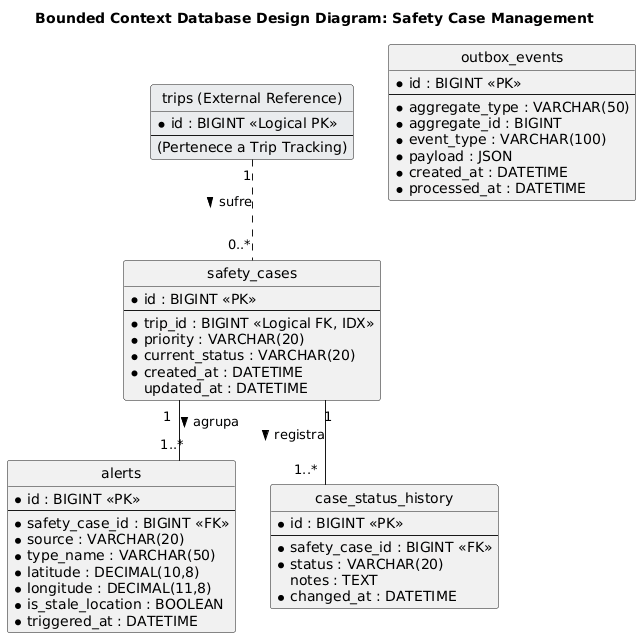
Before: docs/database/safety-db.png, a diagram exported from PlantUML (upc-pre-202620-1acc0238-4939-dreamteam/dreamteam-report). The source it was exported from:
```plantuml
@startuml
hide circle
skinparam linetype ortho
skinparam EntityBackgroundColor #F4F6F7
skinparam EntityBorderColor #2C3E50
skinparam EntityHeaderBackgroundColor #D5D8DC

title Bounded Context Database Design Diagram: Safety Case Management

entity "trips (External Reference)" as external_trips #EAECEE {
  * id : BIGINT <<Logical PK>>
  --
  (Pertenece a Trip Tracking)
}

entity "safety_cases" as cases {
  * id : BIGINT <<PK>>
  --
  * trip_id : BIGINT <<Logical FK, IDX>>
  * priority : VARCHAR(20)
  * current_status : VARCHAR(20)
  * created_at : DATETIME
    updated_at : DATETIME
}

entity "alerts" as alerts {
  * id : BIGINT <<PK>>
  --
  * safety_case_id : BIGINT <<FK>>
  * source : VARCHAR(20)
  * type_name : VARCHAR(50)
  * latitude : DECIMAL(10,8)
  * longitude : DECIMAL(11,8)
  * is_stale_location : BOOLEAN
  * triggered_at : DATETIME
}

entity "case_status_history" as history {
  * id : BIGINT <<PK>>
  --
  * safety_case_id : BIGINT <<FK>>
  * status : VARCHAR(20)
    notes : TEXT
  * changed_at : DATETIME
}

entity "outbox_events" as outbox {
  * id : BIGINT <<PK>>
  --
  * aggregate_type : VARCHAR(50)
  * aggregate_id : BIGINT
  * event_type : VARCHAR(100)
  * payload : JSON
  * created_at : DATETIME
  * processed_at : DATETIME
}

external_trips "1" .. "0..*" cases : "sufre >"

cases "1" -- "1..*" alerts : "agrupa >"
cases "1" -- "1..*" history : "registra >"
@enduml
```
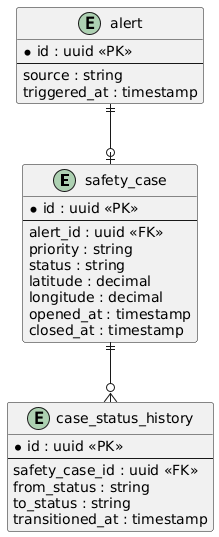
After the commit.

Diff of the diagram source:
```diff
@@ -1,62 +1,34 @@
 @startuml
-hide circle
 skinparam linetype ortho
-skinparam EntityBackgroundColor #F4F6F7
-skinparam EntityBorderColor #2C3E50
-skinparam EntityHeaderBackgroundColor #D5D8DC
 
-title Bounded Context Database Design Diagram: Safety Case Management
-
-entity "trips (External Reference)" as external_trips #EAECEE {
-  * id : BIGINT <<Logical PK>>
+entity "safety_case" as safety_case {
+  * id : uuid <<PK>>
   --
-  (Pertenece a Trip Tracking)
+  alert_id : uuid <<FK>>
+  priority : string
+  status : string
+  latitude : decimal
+  longitude : decimal
+  opened_at : timestamp
+  closed_at : timestamp
 }
 
-entity "safety_cases" as cases {
-  * id : BIGINT <<PK>>
+entity "case_status_history" as case_status_history {
+  * id : uuid <<PK>>
   --
-  * trip_id : BIGINT <<Logical FK, IDX>>
-  * priority : VARCHAR(20)
-  * current_status : VARCHAR(20)
-  * created_at : DATETIME
-    updated_at : DATETIME
+  safety_case_id : uuid <<FK>>
+  from_status : string
+  to_status : string
+  transitioned_at : timestamp
 }
 
-entity "alerts" as alerts {
-  * id : BIGINT <<PK>>
+entity "alert" as alert {
+  * id : uuid <<PK>>
   --
-  * safety_case_id : BIGINT <<FK>>
-  * source : VARCHAR(20)
-  * type_name : VARCHAR(50)
-  * latitude : DECIMAL(10,8)
-  * longitude : DECIMAL(11,8)
-  * is_stale_location : BOOLEAN
-  * triggered_at : DATETIME
+  source : string
+  triggered_at : timestamp
 }
 
-entity "case_status_history" as history {
-  * id : BIGINT <<PK>>
-  --
-  * safety_case_id : BIGINT <<FK>>
-  * status : VARCHAR(20)
-    notes : TEXT
-  * changed_at : DATETIME
-}
-
-entity "outbox_events" as outbox {
-  * id : BIGINT <<PK>>
-  --
-  * aggregate_type : VARCHAR(50)
-  * aggregate_id : BIGINT
-  * event_type : VARCHAR(100)
-  * payload : JSON
-  * created_at : DATETIME
-  * processed_at : DATETIME
-}
-
-external_trips "1" .. "0..*" cases : "sufre >"
-
-cases "1" -- "1..*" alerts : "agrupa >"
-cases "1" -- "1..*" history : "registra >"
+alert ||--o| safety_case
+safety_case ||--o{ case_status_history
 @enduml
```
